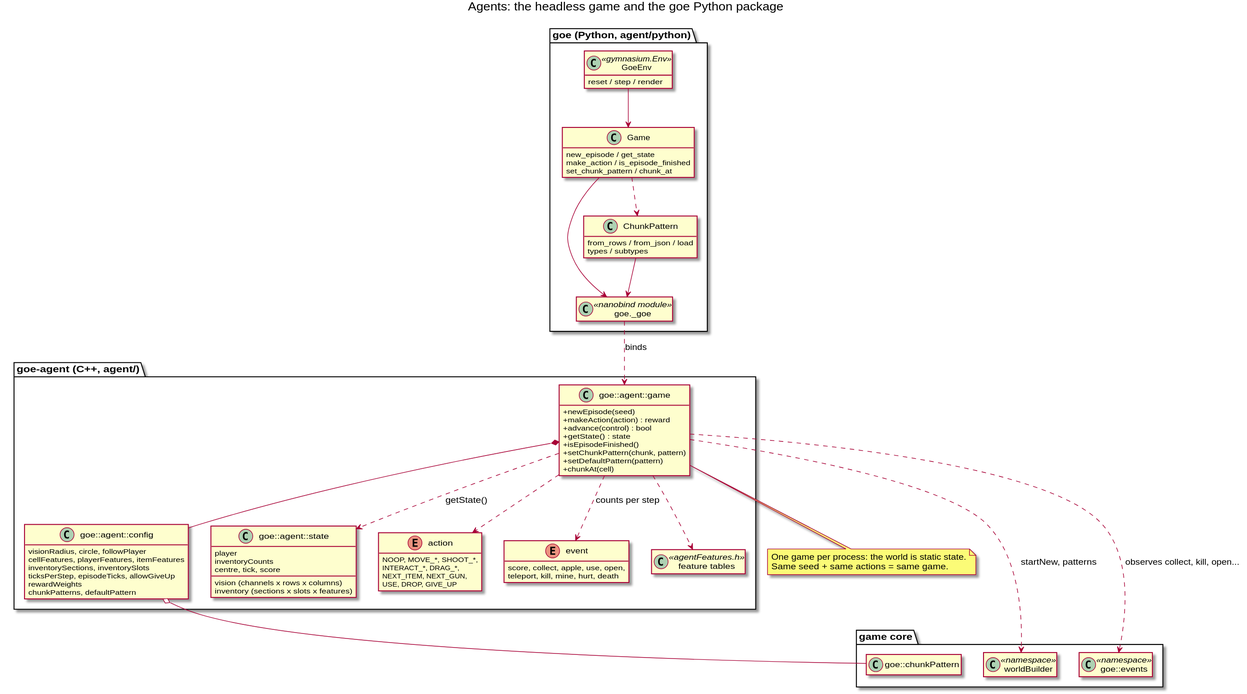
The PlantUML diagram docs/diagrams/04-agent-classes.svg in arielkonopka/Gardens-of-Eris, before a commit.
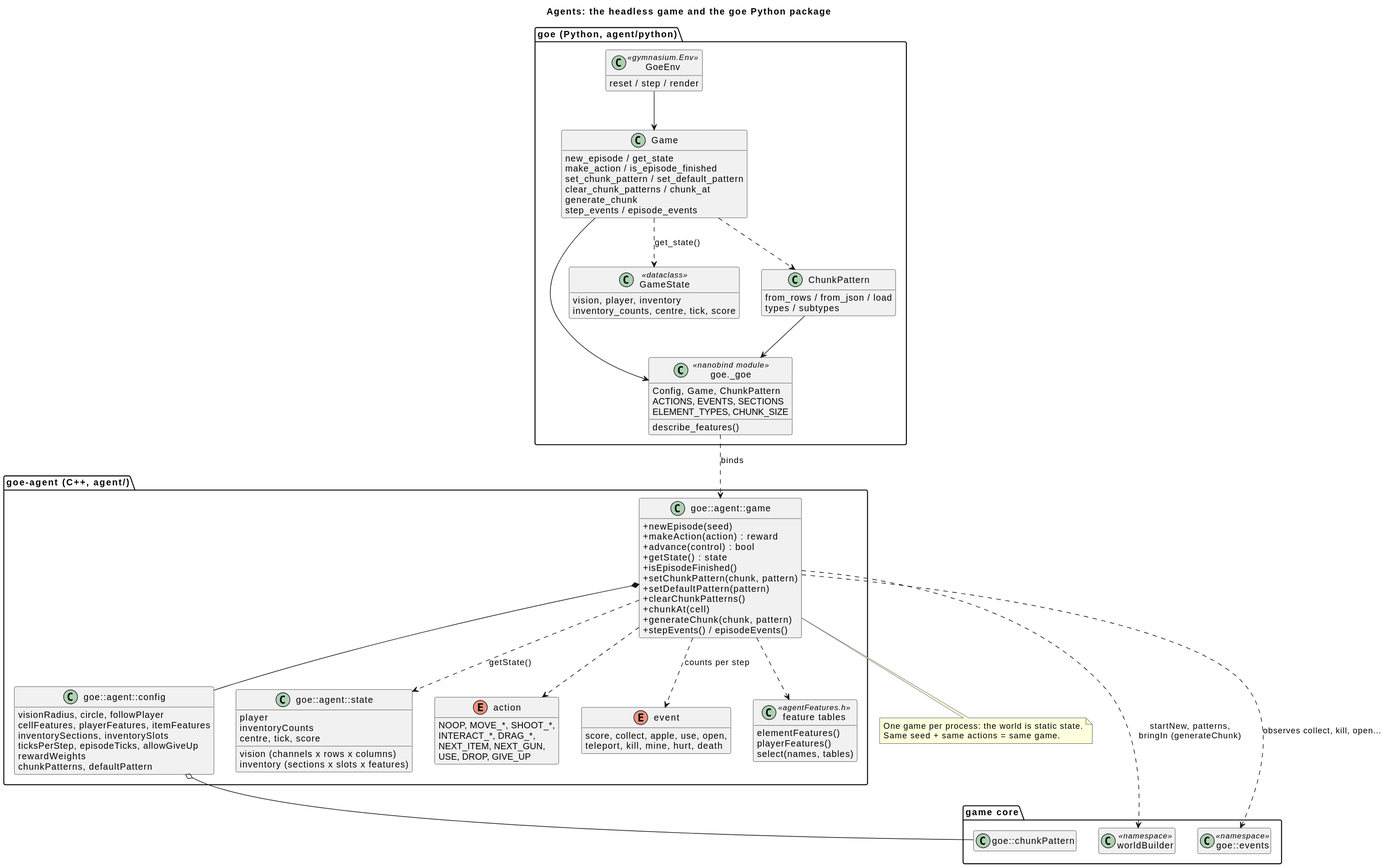
Later version of the same file.

The edit, as a diff of the source:
```diff
@@ -12,7 +12,10 @@
     +isEpisodeFinished()
     +setChunkPattern(chunk, pattern)
     +setDefaultPattern(pattern)
+    +clearChunkPatterns()
     +chunkAt(cell)
+    +generateChunk(chunk, pattern)
+    +stepEvents() / episodeEvents()
   }
   class "goe::agent::config" as config {
     visionRadius, circle, followPlayer
@@ -39,14 +42,30 @@
     score, collect, apple, use, open,
     teleport, kill, mine, hurt, death
   }
-  class "feature tables" as features <<agentFeatures.h>>
+  class "feature tables" as features <<agentFeatures.h>> {
+    elementFeatures()
+    playerFeatures()
+    select(names, tables)
+  }
 }
 package "goe (Python, agent/python)" {
-  class "goe._goe" as native <<nanobind module>>
+  class "goe._goe" as native <<nanobind module>> {
+    Config, Game, ChunkPattern
+    ACTIONS, EVENTS, SECTIONS
+    ELEMENT_TYPES, CHUNK_SIZE
+    describe_features()
+  }
   class Game {
     new_episode / get_state
     make_action / is_episode_finished
-    set_chunk_pattern / chunk_at
+    set_chunk_pattern / set_default_pattern
+    clear_chunk_patterns / chunk_at
+    generate_chunk
+    step_events / episode_events
+  }
+  class GameState <<dataclass>> {
+    vision, player, inventory
+    inventory_counts, centre, tick, score
   }
   class GoeEnv <<gymnasium.Env>> {
     reset / step / render
@@ -67,11 +86,12 @@
 game ..> action
 game ..> event : counts per step
 game ..> features
-game ..> worldBuilder : startNew, patterns
+game ..> worldBuilder : startNew, patterns,\nbringIn (generateChunk)
 game ..> events : observes collect, kill, open...
 config o-- chunkPattern
 native ..> game : binds
 Game --> native
+Game ..> GameState : get_state()
 GoeEnv --> Game
 ChunkPattern --> native
 Game ..> ChunkPattern
```
